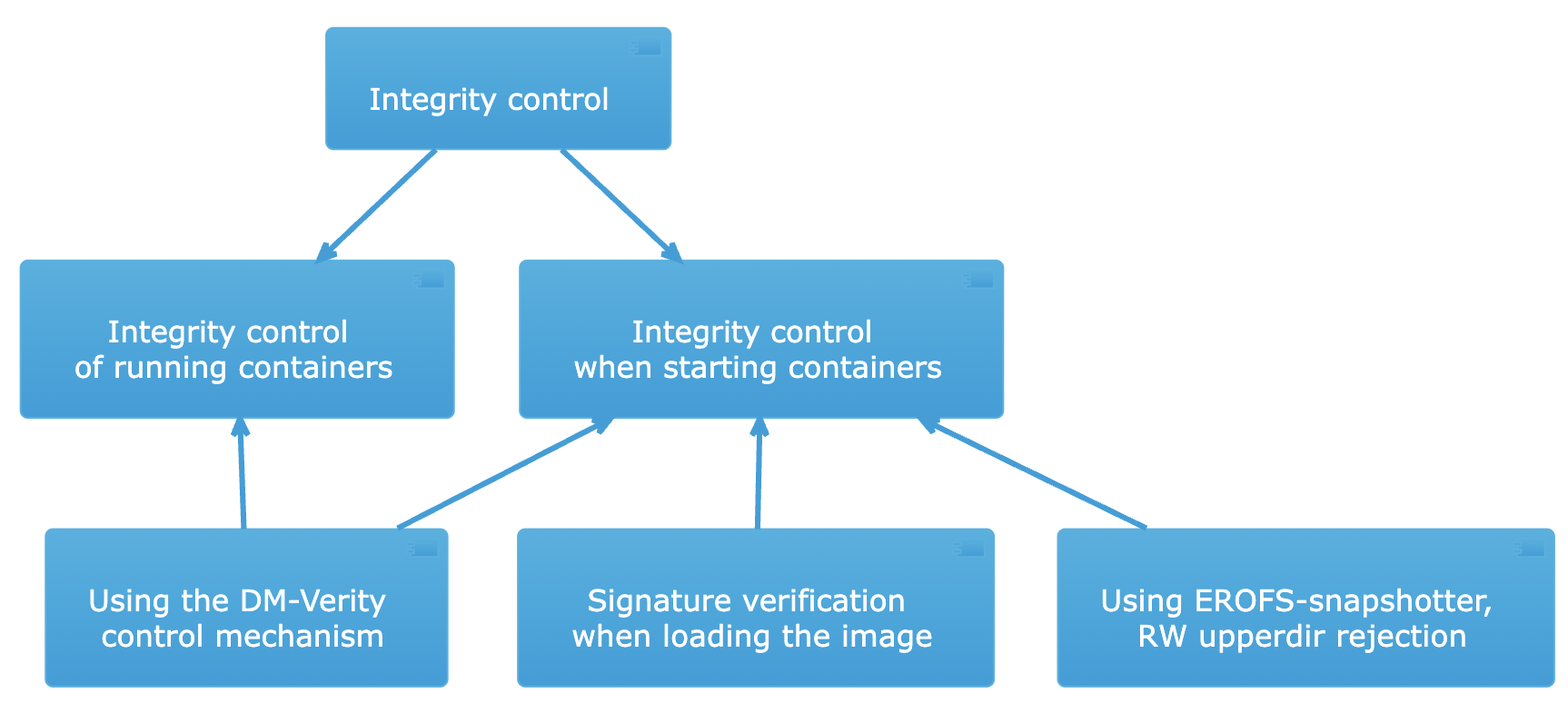
The PlantUML diagram docs/documentation/images/architecture/security/integrity-control-system-applications-en.png in deckhouse/deckhouse, before a commit. Its source is kept beside it as docs/documentation/images/architecture/security/integrity-control-system-applications-en.puml. The source it was exported from:
```plantuml
@startuml
!theme bluegray
skinparam DefaultFontSize 16
skinparam ArrowFontStyle italic
skinparam DefaultTextAlignment center
skinparam backgroundColor transparent
skinparam Shadowing false

[Integrity control] --> [Integrity control\n when starting containers]
[Integrity control] --> [Integrity control\n of running containers]
[Integrity control\n of running containers] <-- [Using the DM-Verity\n control mechanism]
[Integrity control\n when starting containers] <-- [Using the DM-Verity\n control mechanism]

[Integrity control\n when starting containers] <-- [Signature verification\n when loading the image]
[Integrity control\n when starting containers] <-- [Using EROFS-snapshotter,\n RW upperdir rejection]
@enduml
```
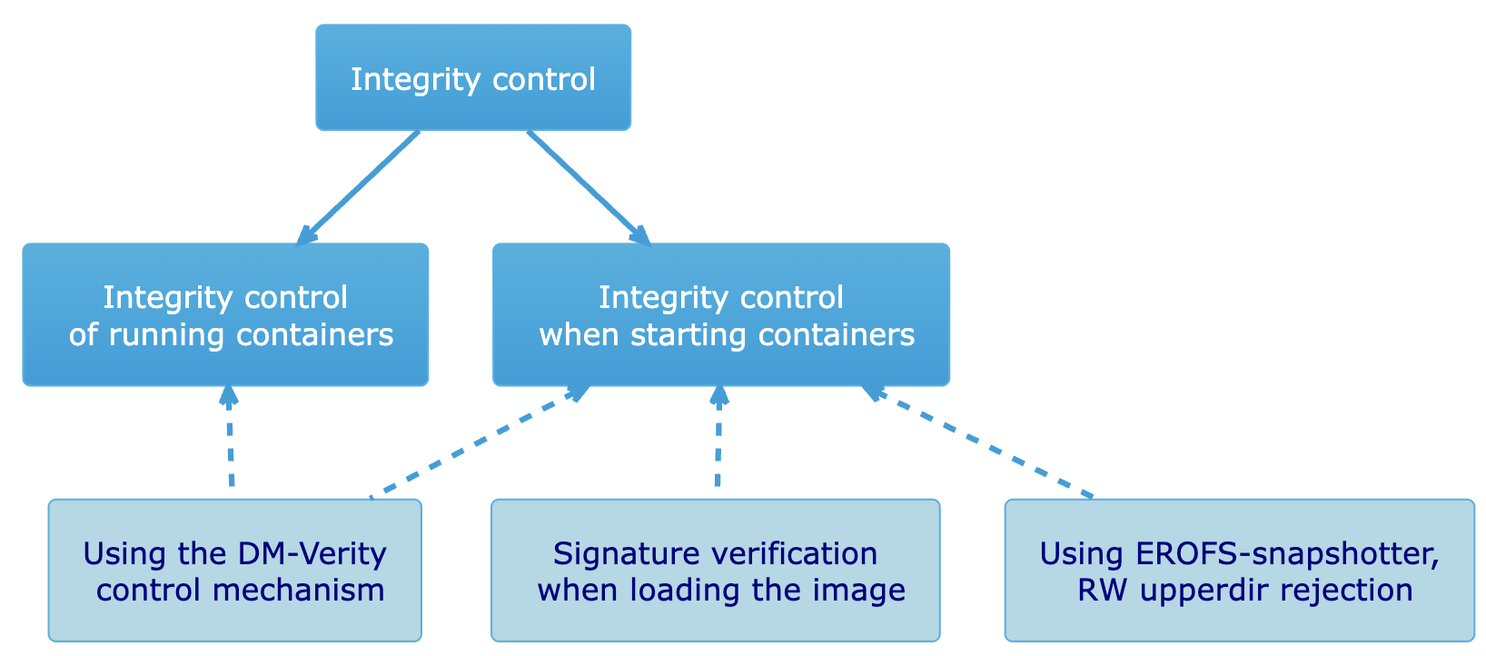
After the commit.

Diff of the diagram source:
```diff
@@ -5,12 +5,17 @@
 skinparam DefaultTextAlignment center
 skinparam backgroundColor transparent
 skinparam Shadowing false
+skinparam componentStyle rectangle
+
+component "<color:navy>Using the DM-Verity\n <color:navy>control mechanism" as DMV #LightBlue
+component "<color:navy>Signature verification\n <color:navy>when loading the image" as CS #LightBlue
+component "<color:navy>Using EROFS-snapshotter,\n <color:navy>RW upperdir rejection" as EROFS #LightBlue
 
 [Integrity control] --> [Integrity control\n when starting containers]
 [Integrity control] --> [Integrity control\n of running containers]
-[Integrity control\n of running containers] <-- [Using the DM-Verity\n control mechanism]
-[Integrity control\n when starting containers] <-- [Using the DM-Verity\n control mechanism]
+[Integrity control\n of running containers] <.. DMV
+[Integrity control\n when starting containers] <.. DMV
 
-[Integrity control\n when starting containers] <-- [Signature verification\n when loading the image]
-[Integrity control\n when starting containers] <-- [Using EROFS-snapshotter,\n RW upperdir rejection]
+[Integrity control\n when starting containers] <.. CS
+[Integrity control\n when starting containers] <.. EROFS
 @enduml
```
